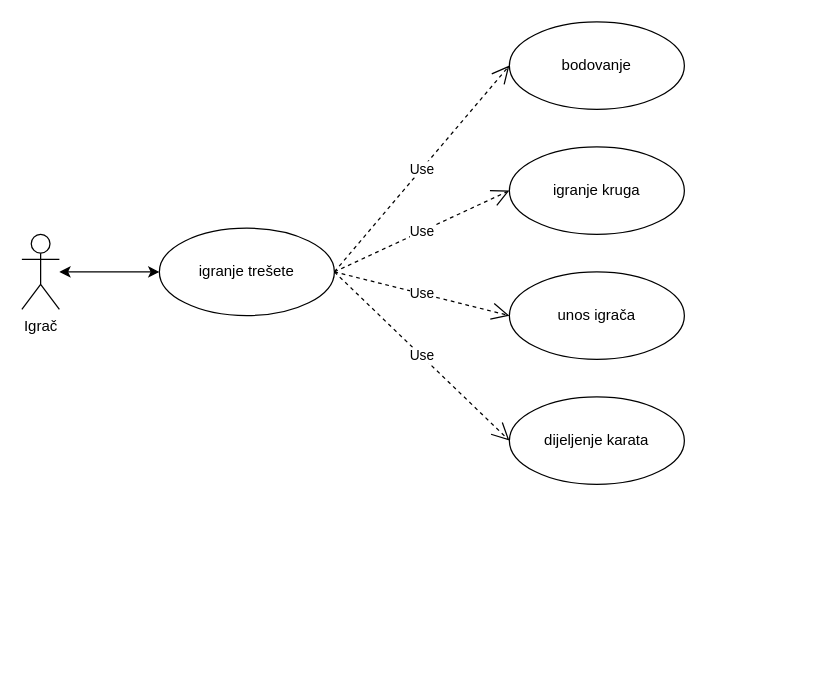
The draw.io diagram page "UseCase: Igranje tresete" (1 of 8) of Dijagram.drawio in TheRealJoci/Tressette-Terminal-Card-Game, before the edit. Source tidied: cells renumbered, new cells numbered last; positions are measured from the earlier drawing's top-left corner, leaving out a move shared by most shapes. Both pictures are drawn from the tidied source at 125%, with x=0, y=0 at pixel (21, 21).
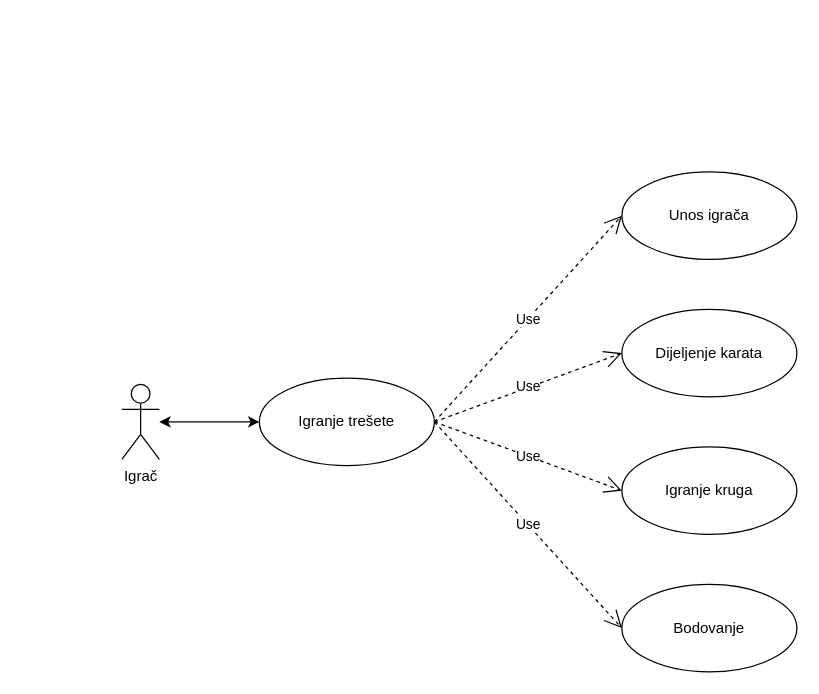
The same page after the edit.

Change to the diagram source:
```diff
@@
 <mxGraphModel>
   <root>
     <mxCell id="0" />
     <mxCell id="1" parent="0" />
     <mxCell id="2" value="Igrač" style="shape=umlActor;verticalLabelPosition=bottom;verticalAlign=top;html=1;" parent="1" vertex="1">
-      <mxGeometry y="170" width="30" height="60" as="geometry" />
+      <mxGeometry x="80" y="290" width="30" height="60" as="geometry" />
     </mxCell>
-    <mxCell id="3" value="igranje trešete" style="ellipse;whiteSpace=wrap;html=1;" parent="1" vertex="1">
-      <mxGeometry x="110" y="165" width="140" height="70" as="geometry" />
+    <mxCell id="3" value="Igranje trešete" style="ellipse;whiteSpace=wrap;html=1;" parent="1" vertex="1">
+      <mxGeometry x="190" y="285" width="140" height="70" as="geometry" />
     </mxCell>
     <mxCell id="4" style="endArrow=classic;startArrow=classic;html=1;" parent="1" edge="1" source="2" target="3">
       <mxGeometry relative="1" as="geometry" />
     </mxCell>
-    <mxCell id="5" value="bodovanje" style="ellipse;whiteSpace=wrap;html=1;" parent="1" vertex="1">
-      <mxGeometry x="390" width="140" height="70" as="geometry" />
+    <mxCell id="5" value="Bodovanje" style="ellipse;whiteSpace=wrap;html=1;" parent="1" vertex="1">
+      <mxGeometry x="480" y="450" width="140" height="70" as="geometry" />
     </mxCell>
-    <mxCell id="6" value="igranje kruga" style="ellipse;whiteSpace=wrap;html=1;" parent="1" vertex="1">
-      <mxGeometry x="390" y="100" width="140" height="70" as="geometry" />
+    <mxCell id="6" value="Igranje kruga" style="ellipse;whiteSpace=wrap;html=1;" parent="1" vertex="1">
+      <mxGeometry x="480" y="340" width="140" height="70" as="geometry" />
     </mxCell>
-    <mxCell id="7" value="unos igrača" style="ellipse;whiteSpace=wrap;html=1;" parent="1" vertex="1">
-      <mxGeometry x="390" y="200" width="140" height="70" as="geometry" />
+    <mxCell id="7" value="Unos igrača" style="ellipse;whiteSpace=wrap;html=1;" parent="1" vertex="1">
+      <mxGeometry x="480" y="120" width="140" height="70" as="geometry" />
     </mxCell>
-    <mxCell id="8" value="dijeljenje karata" style="ellipse;whiteSpace=wrap;html=1;" parent="1" vertex="1">
-      <mxGeometry x="390" y="300" width="140" height="70" as="geometry" />
+    <mxCell id="8" value="Dijeljenje karata" style="ellipse;whiteSpace=wrap;html=1;" parent="1" vertex="1">
+      <mxGeometry x="480" y="230" width="140" height="70" as="geometry" />
     </mxCell>
     <mxCell id="9" value="Use" style="endArrow=open;endSize=12;dashed=1;html=1;exitX=1;exitY=0.5;exitDx=0;exitDy=0;entryX=0;entryY=0.5;entryDx=0;entryDy=0;" parent="1" edge="1" source="3" target="5">
       <mxGeometry relative="1" as="geometry" />
     </mxCell>
     <mxCell id="10" value="Use" style="endArrow=open;endSize=12;dashed=1;html=1;exitX=1;exitY=0.5;exitDx=0;exitDy=0;entryX=0;entryY=0.5;entryDx=0;entryDy=0;" parent="1" edge="1" source="3" target="6">
       <mxGeometry relative="1" as="geometry" />
     </mxCell>
     <mxCell id="11" value="Use" style="endArrow=open;endSize=12;dashed=1;html=1;exitX=1;exitY=0.5;exitDx=0;exitDy=0;entryX=0;entryY=0.5;entryDx=0;entryDy=0;" parent="1" edge="1" source="3" target="7">
       <mxGeometry relative="1" as="geometry" />
     </mxCell>
     <mxCell id="12" value="Use" style="endArrow=open;endSize=12;dashed=1;html=1;exitX=1;exitY=0.5;exitDx=0;exitDy=0;entryX=0;entryY=0.5;entryDx=0;entryDy=0;" parent="1" edge="1" source="3" target="8">
       <mxGeometry relative="1" as="geometry" />
     </mxCell>
   </root>
 </mxGraphModel>
```
